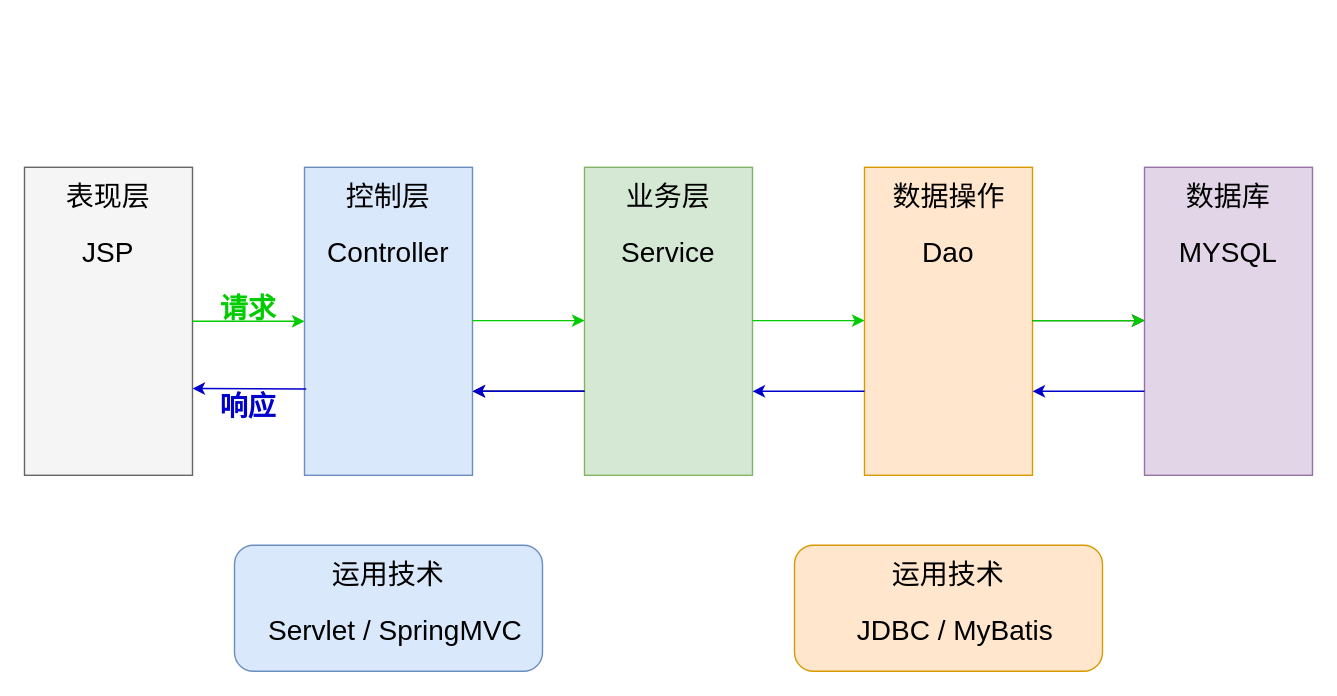
Earlier version of the draw.io diagram page "Page-2" (2 of 2) of MVC简构.drawio (yzexclusive/draw). Source tidied: cells renumbered, new cells numbered last; positions are measured from the earlier drawing's top-left corner, leaving out a move shared by most shapes. Both pictures are drawn from the tidied source at 140%, with x=0, y=0 at pixel (24, 167).
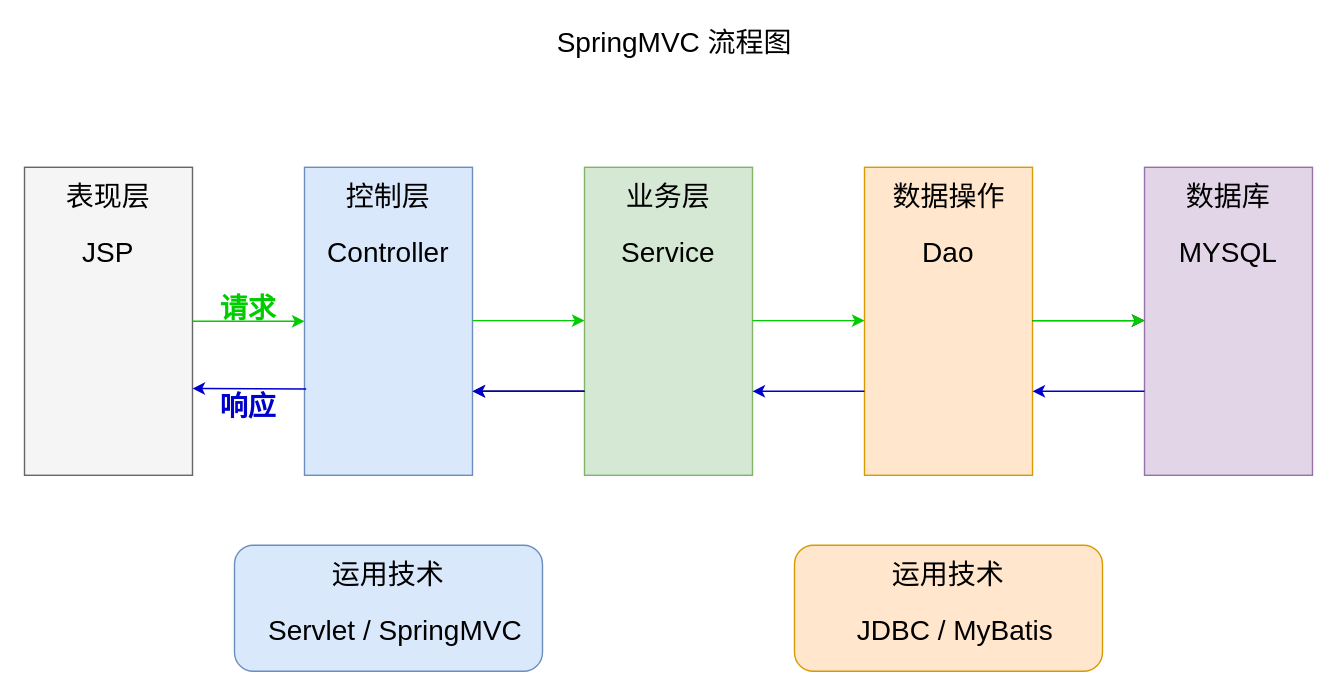
The same page after the edit.

What changed in the source:
```diff
@@
+    <mxCell id="35" value="SpringMVC 流程图" style="text;html=1;strokeColor=none;fillColor=none;align=center;verticalAlign=middle;whiteSpace=wrap;rounded=0;fontSize=20;" parent="1" vertex="1">
+      <mxGeometry x="357" y="-100" width="215" height="20" as="geometry" />
+    </mxCell>
```
